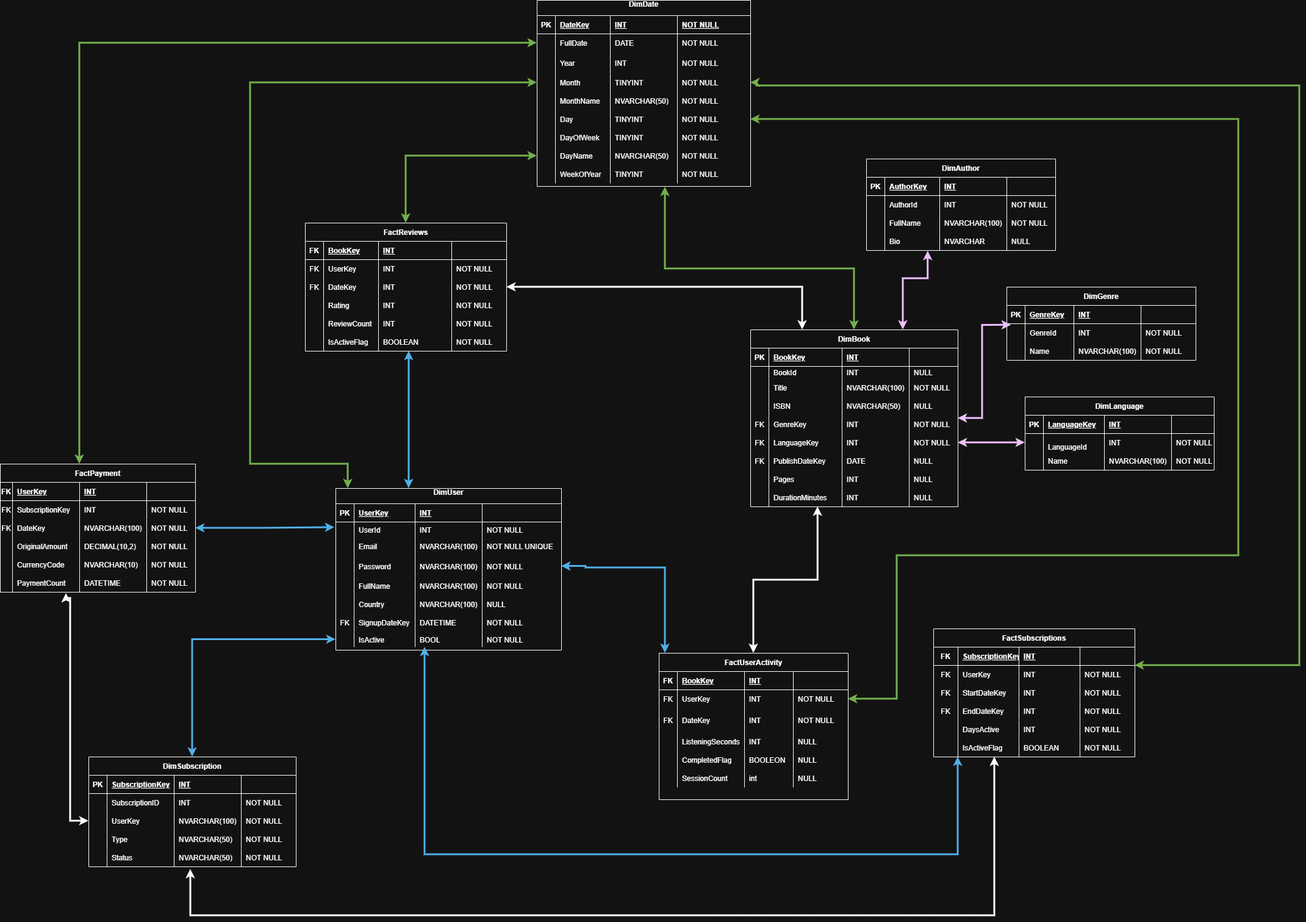
Above: course-work/Implementations/DatawarehouseDiagram.png in IvayloRadev46/software-modeling-and-analysis-se (draw.io), before the change. Source tidied: cells renumbered, new cells last; positions are measured from the earlier drawing's top-left corner, leaving out a move shared by most shapes.
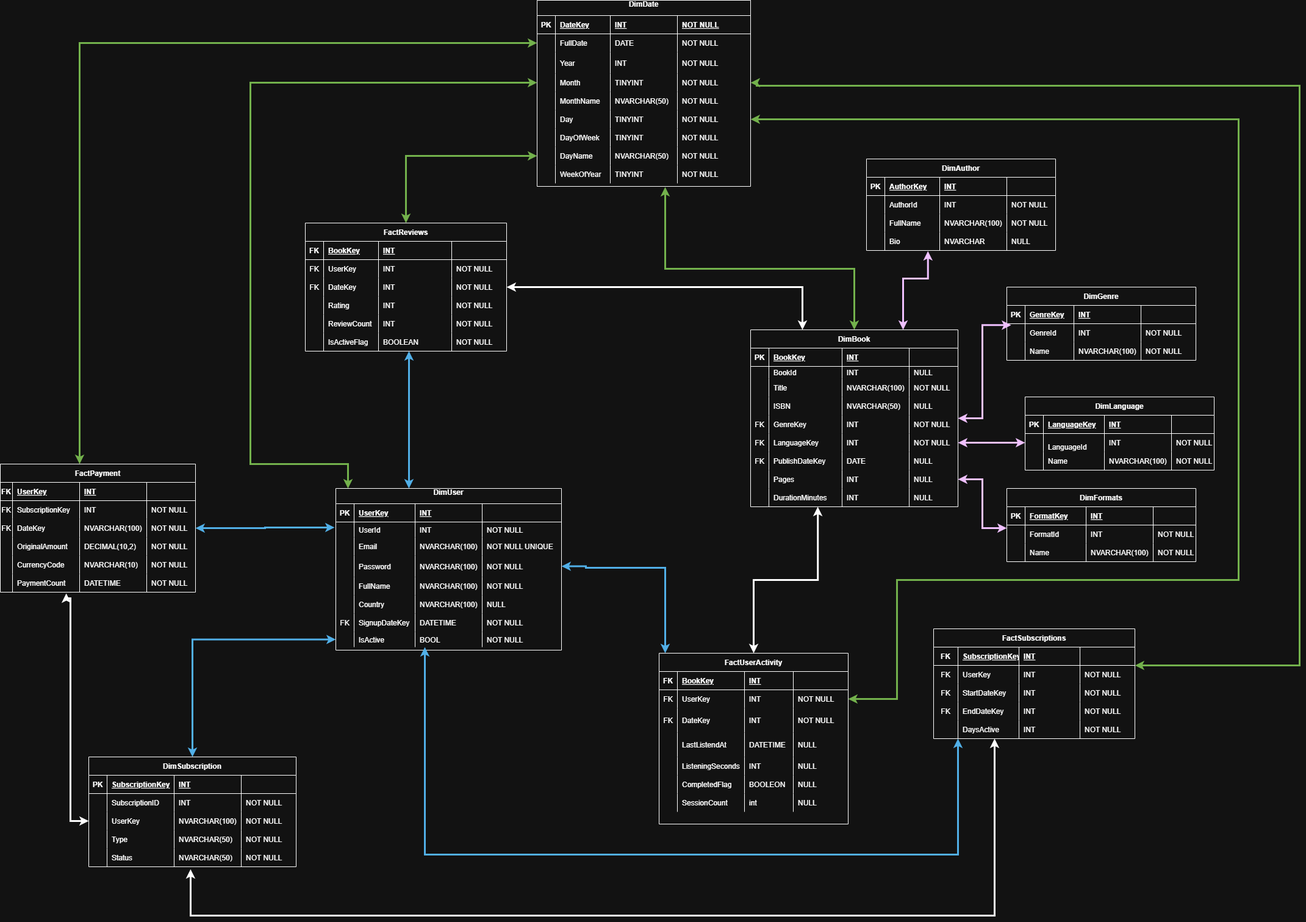
Above is the later version.

The edit, as a diff of the source:
```diff
@@ -781,7 +781,7 @@
       </mxGeometry>
     </mxCell>
     <mxCell id="252" value="FactUserActivity" style="shape=table;startSize=30;rowLines=0;fontStyle=1;align=center;" parent="1" vertex="1">
-      <mxGeometry x="1080" y="1070" width="310" height="240" as="geometry" />
+      <mxGeometry x="1080" y="1070" width="310" height="280" as="geometry" />
     </mxCell>
     <mxCell id="253" style="shape=tableRow;horizontal=0;startSize=0;swimlaneHead=0;swimlaneBody=0;fillColor=none;strokeColor=inherit;top=0;left=0;right=0;bottom=1;" parent="252" vertex="1">
       <mxGeometry y="30" width="310" height="30" as="geometry" />
@@ -828,8 +828,23 @@
     <mxCell id="267" value="NOT NULL" style="shape=partialRectangle;overflow=hidden;fillColor=none;align=left;strokeColor=inherit;top=0;left=0;bottom=0;right=0;spacingLeft=6;" parent="263" vertex="1">
       <mxGeometry x="220" width="90" height="40" as="geometry" />
     </mxCell>
+    <mxCell id="356" style="shape=tableRow;horizontal=0;startSize=0;swimlaneHead=0;swimlaneBody=0;fillColor=none;strokeColor=inherit;top=0;left=0;right=0;bottom=0;" parent="252" vertex="1">
+      <mxGeometry y="130" width="310" height="40" as="geometry" />
+    </mxCell>
+    <mxCell id="357" style="shape=partialRectangle;overflow=hidden;fillColor=none;strokeColor=inherit;top=0;left=0;bottom=0;right=0;" parent="356" vertex="1">
+      <mxGeometry width="30" height="40" as="geometry" />
+    </mxCell>
+    <mxCell id="358" value="LastListendAt" style="shape=partialRectangle;overflow=hidden;fillColor=none;align=left;strokeColor=inherit;top=0;left=0;bottom=0;right=0;spacingLeft=6;" parent="356" vertex="1">
+      <mxGeometry x="30" width="110" height="40" as="geometry" />
+    </mxCell>
+    <mxCell id="359" value="DATETIME" style="shape=partialRectangle;overflow=hidden;fillColor=none;align=left;strokeColor=inherit;top=0;left=0;bottom=0;right=0;spacingLeft=6;" parent="356" vertex="1">
+      <mxGeometry x="140" width="80" height="40" as="geometry" />
+    </mxCell>
+    <mxCell id="360" value="NULL" style="shape=partialRectangle;overflow=hidden;fillColor=none;align=left;strokeColor=inherit;top=0;left=0;bottom=0;right=0;spacingLeft=6;" parent="356" vertex="1">
+      <mxGeometry x="220" width="90" height="40" as="geometry" />
+    </mxCell>
     <mxCell id="268" style="shape=tableRow;horizontal=0;startSize=0;swimlaneHead=0;swimlaneBody=0;fillColor=none;strokeColor=inherit;top=0;left=0;right=0;bottom=0;" parent="252" vertex="1">
-      <mxGeometry y="130" width="310" height="30" as="geometry" />
+      <mxGeometry y="170" width="310" height="30" as="geometry" />
     </mxCell>
     <mxCell id="269" style="shape=partialRectangle;overflow=hidden;fillColor=none;strokeColor=inherit;top=0;left=0;bottom=0;right=0;" parent="268" vertex="1">
       <mxGeometry width="30" height="30" as="geometry" />
@@ -844,7 +859,7 @@
       <mxGeometry x="220" width="90" height="30" as="geometry" />
     </mxCell>
     <mxCell id="273" style="shape=tableRow;horizontal=0;startSize=0;swimlaneHead=0;swimlaneBody=0;fillColor=none;strokeColor=inherit;top=0;left=0;right=0;bottom=0;" parent="252" vertex="1">
-      <mxGeometry y="160" width="310" height="30" as="geometry" />
+      <mxGeometry y="200" width="310" height="30" as="geometry" />
     </mxCell>
     <mxCell id="274" style="shape=partialRectangle;overflow=hidden;fillColor=none;strokeColor=inherit;top=0;left=0;bottom=0;right=0;" parent="273" vertex="1">
       <mxGeometry width="30" height="30" as="geometry" />
@@ -859,7 +874,7 @@
       <mxGeometry x="220" width="90" height="30" as="geometry" />
     </mxCell>
     <mxCell id="278" style="shape=tableRow;horizontal=0;startSize=0;swimlaneHead=0;swimlaneBody=0;fillColor=none;strokeColor=inherit;top=0;left=0;right=0;bottom=0;" parent="252" vertex="1">
-      <mxGeometry y="190" width="310" height="30" as="geometry" />
+      <mxGeometry y="230" width="310" height="30" as="geometry" />
     </mxCell>
     <mxCell id="279" style="shape=partialRectangle;overflow=hidden;fillColor=none;strokeColor=inherit;top=0;left=0;bottom=0;right=0;" parent="278" vertex="1">
       <mxGeometry width="30" height="30" as="geometry" />
@@ -997,7 +1012,7 @@
       </mxGeometry>
     </mxCell>
     <mxCell id="319" value="FactSubscriptions" style="shape=table;startSize=30;rowLines=0;fontStyle=1;align=center;" parent="1" vertex="1">
-      <mxGeometry x="1530" y="1030" width="330" height="210" as="geometry" />
+      <mxGeometry x="1530" y="1030" width="330" height="180" as="geometry" />
     </mxCell>
     <mxCell id="320" style="shape=tableRow;horizontal=0;startSize=0;swimlaneHead=0;swimlaneBody=0;fillColor=none;strokeColor=inherit;top=0;left=0;right=0;bottom=1;" parent="319" vertex="1">
       <mxGeometry y="30" width="330" height="30" as="geometry" />
@@ -1074,21 +1089,6 @@
     <mxCell id="344" value="NOT NULL" style="shape=partialRectangle;overflow=hidden;fillColor=none;align=left;strokeColor=inherit;top=0;left=0;bottom=0;right=0;spacingLeft=6;" parent="340" vertex="1">
       <mxGeometry x="240" width="90" height="30" as="geometry" />
     </mxCell>
-    <mxCell id="345" style="shape=tableRow;horizontal=0;startSize=0;swimlaneHead=0;swimlaneBody=0;fillColor=none;strokeColor=inherit;top=0;left=0;right=0;bottom=0;" parent="319" vertex="1">
-      <mxGeometry y="180" width="330" height="30" as="geometry" />
-    </mxCell>
-    <mxCell id="346" style="shape=partialRectangle;overflow=hidden;fillColor=none;strokeColor=inherit;top=0;left=0;bottom=0;right=0;" parent="345" vertex="1">
-      <mxGeometry width="40" height="30" as="geometry" />
-    </mxCell>
-    <mxCell id="347" value="IsActiveFlag" style="shape=partialRectangle;overflow=hidden;fillColor=none;align=left;strokeColor=inherit;top=0;left=0;bottom=0;right=0;spacingLeft=6;" parent="345" vertex="1">
-      <mxGeometry x="40" width="100" height="30" as="geometry" />
-    </mxCell>
-    <mxCell id="348" value="BOOLEAN" style="shape=partialRectangle;overflow=hidden;fillColor=none;align=left;strokeColor=inherit;top=0;left=0;bottom=0;right=0;spacingLeft=6;" parent="345" vertex="1">
-      <mxGeometry x="140" width="100" height="30" as="geometry" />
-    </mxCell>
-    <mxCell id="349" value="NOT NULL" style="shape=partialRectangle;overflow=hidden;fillColor=none;align=left;strokeColor=inherit;top=0;left=0;bottom=0;right=0;spacingLeft=6;" parent="345" vertex="1">
-      <mxGeometry x="240" width="90" height="30" as="geometry" />
-    </mxCell>
     <mxCell id="350" style="edgeStyle=orthogonalEdgeStyle;rounded=0;jettySize=auto;html=1;entryX=0.023;entryY=0.078;entryDx=0;entryDy=0;entryPerimeter=0;strokeWidth=3;startArrow=classic;startFill=1;fillColor=#6a00ff;strokeColor=#3700CC;" parent="1" edge="1" source="92" target="165">
       <mxGeometry relative="1" as="geometry" />
     </mxCell>
@@ -1121,11 +1121,62 @@
       <mxGeometry relative="1" as="geometry">
         <Array as="points">
           <mxPoint x="1470" y="1145" />
-          <mxPoint x="1470" y="910" />
-          <mxPoint x="2030" y="910" />
+          <mxPoint x="1470" y="950" />
+          <mxPoint x="2030" y="950" />
           <mxPoint x="2030" y="195" />
         </Array>
       </mxGeometry>
     </mxCell>
+    <mxCell id="361" value="DimFormats" style="shape=table;startSize=30;rowLines=0;fontStyle=1;align=center;" parent="1" vertex="1">
+      <mxGeometry x="1650" y="800" width="310" height="120" as="geometry" />
+    </mxCell>
+    <mxCell id="362" style="shape=tableRow;horizontal=0;startSize=0;swimlaneHead=0;swimlaneBody=0;fillColor=none;points=[[0,0.5],[1,0.5]];portConstraint=eastwest;strokeColor=inherit;top=0;left=0;right=0;bottom=1;" parent="361" vertex="1">
+      <mxGeometry y="30" width="310" height="30" as="geometry" />
+    </mxCell>
+    <mxCell id="363" value="PK" style="shape=partialRectangle;overflow=hidden;fillColor=none;strokeColor=inherit;top=0;left=0;bottom=0;right=0;fontStyle=1;" parent="362" vertex="1">
+      <mxGeometry width="30" height="30" as="geometry" />
+    </mxCell>
+    <mxCell id="364" value="FormatKey" style="shape=partialRectangle;overflow=hidden;fillColor=none;align=left;strokeColor=inherit;top=0;left=0;bottom=0;right=0;spacingLeft=6;fontStyle=5;" parent="362" vertex="1">
+      <mxGeometry x="30" width="100" height="30" as="geometry" />
+    </mxCell>
+    <mxCell id="365" value="INT" style="shape=partialRectangle;overflow=hidden;fillColor=none;align=left;strokeColor=inherit;top=0;left=0;bottom=0;right=0;spacingLeft=6;fontStyle=5;" parent="362" vertex="1">
+      <mxGeometry x="130" width="110" height="30" as="geometry" />
+    </mxCell>
+    <mxCell id="366" style="shape=partialRectangle;overflow=hidden;fillColor=none;align=left;strokeColor=inherit;top=0;left=0;bottom=0;right=0;spacingLeft=6;fontStyle=5;" parent="362" vertex="1">
+      <mxGeometry x="240" width="70" height="30" as="geometry" />
+    </mxCell>
+    <mxCell id="367" style="shape=tableRow;horizontal=0;startSize=0;swimlaneHead=0;swimlaneBody=0;fillColor=none;strokeColor=inherit;top=0;left=0;right=0;bottom=0;" parent="361" vertex="1">
+      <mxGeometry y="60" width="310" height="30" as="geometry" />
+    </mxCell>
+    <mxCell id="368" style="shape=partialRectangle;overflow=hidden;fillColor=none;strokeColor=inherit;top=0;left=0;bottom=0;right=0;" parent="367" vertex="1">
+      <mxGeometry width="30" height="30" as="geometry" />
+    </mxCell>
+    <mxCell id="369" value="FormatId" style="shape=partialRectangle;overflow=hidden;fillColor=none;align=left;strokeColor=inherit;top=0;left=0;bottom=0;right=0;spacingLeft=6;" parent="367" vertex="1">
+      <mxGeometry x="30" width="100" height="30" as="geometry" />
+    </mxCell>
+    <mxCell id="370" value="INT" style="shape=partialRectangle;overflow=hidden;fillColor=none;align=left;strokeColor=inherit;top=0;left=0;bottom=0;right=0;spacingLeft=6;" parent="367" vertex="1">
+      <mxGeometry x="130" width="110" height="30" as="geometry" />
+    </mxCell>
+    <mxCell id="371" value="NOT NULL" style="shape=partialRectangle;overflow=hidden;fillColor=none;align=left;strokeColor=inherit;top=0;left=0;bottom=0;right=0;spacingLeft=6;" parent="367" vertex="1">
+      <mxGeometry x="240" width="70" height="30" as="geometry" />
+    </mxCell>
+    <mxCell id="372" style="shape=tableRow;horizontal=0;startSize=0;swimlaneHead=0;swimlaneBody=0;fillColor=none;strokeColor=inherit;top=0;left=0;right=0;bottom=0;" parent="361" vertex="1">
+      <mxGeometry y="90" width="310" height="30" as="geometry" />
+    </mxCell>
+    <mxCell id="373" style="shape=partialRectangle;overflow=hidden;fillColor=none;strokeColor=inherit;top=0;left=0;bottom=0;right=0;" parent="372" vertex="1">
+      <mxGeometry width="30" height="30" as="geometry" />
+    </mxCell>
+    <mxCell id="374" value="Name" style="shape=partialRectangle;overflow=hidden;fillColor=none;align=left;strokeColor=inherit;top=0;left=0;bottom=0;right=0;spacingLeft=6;" parent="372" vertex="1">
+      <mxGeometry x="30" width="100" height="30" as="geometry" />
+    </mxCell>
+    <mxCell id="375" value="NVARCHAR(100)" style="shape=partialRectangle;overflow=hidden;fillColor=none;align=left;strokeColor=inherit;top=0;left=0;bottom=0;right=0;spacingLeft=6;" parent="372" vertex="1">
+      <mxGeometry x="130" width="110" height="30" as="geometry" />
+    </mxCell>
+    <mxCell id="376" value="NOT NULL" style="shape=partialRectangle;overflow=hidden;fillColor=none;align=left;strokeColor=inherit;top=0;left=0;bottom=0;right=0;spacingLeft=6;" parent="372" vertex="1">
+      <mxGeometry x="240" width="70" height="30" as="geometry" />
+    </mxCell>
+    <mxCell id="377" style="edgeStyle=orthogonalEdgeStyle;rounded=0;jettySize=auto;html=1;entryX=0;entryY=1.167;entryDx=0;entryDy=0;strokeWidth=3;startArrow=classic;startFill=1;fillColor=#6a00ff;strokeColor=#3700CC;entryPerimeter=0;exitX=1;exitY=0.5;exitDx=0;exitDy=0;" parent="1" edge="1" source="128" target="362">
+      <mxGeometry relative="1" as="geometry" />
+    </mxCell>
   </root>
 </mxGraphModel>
```
